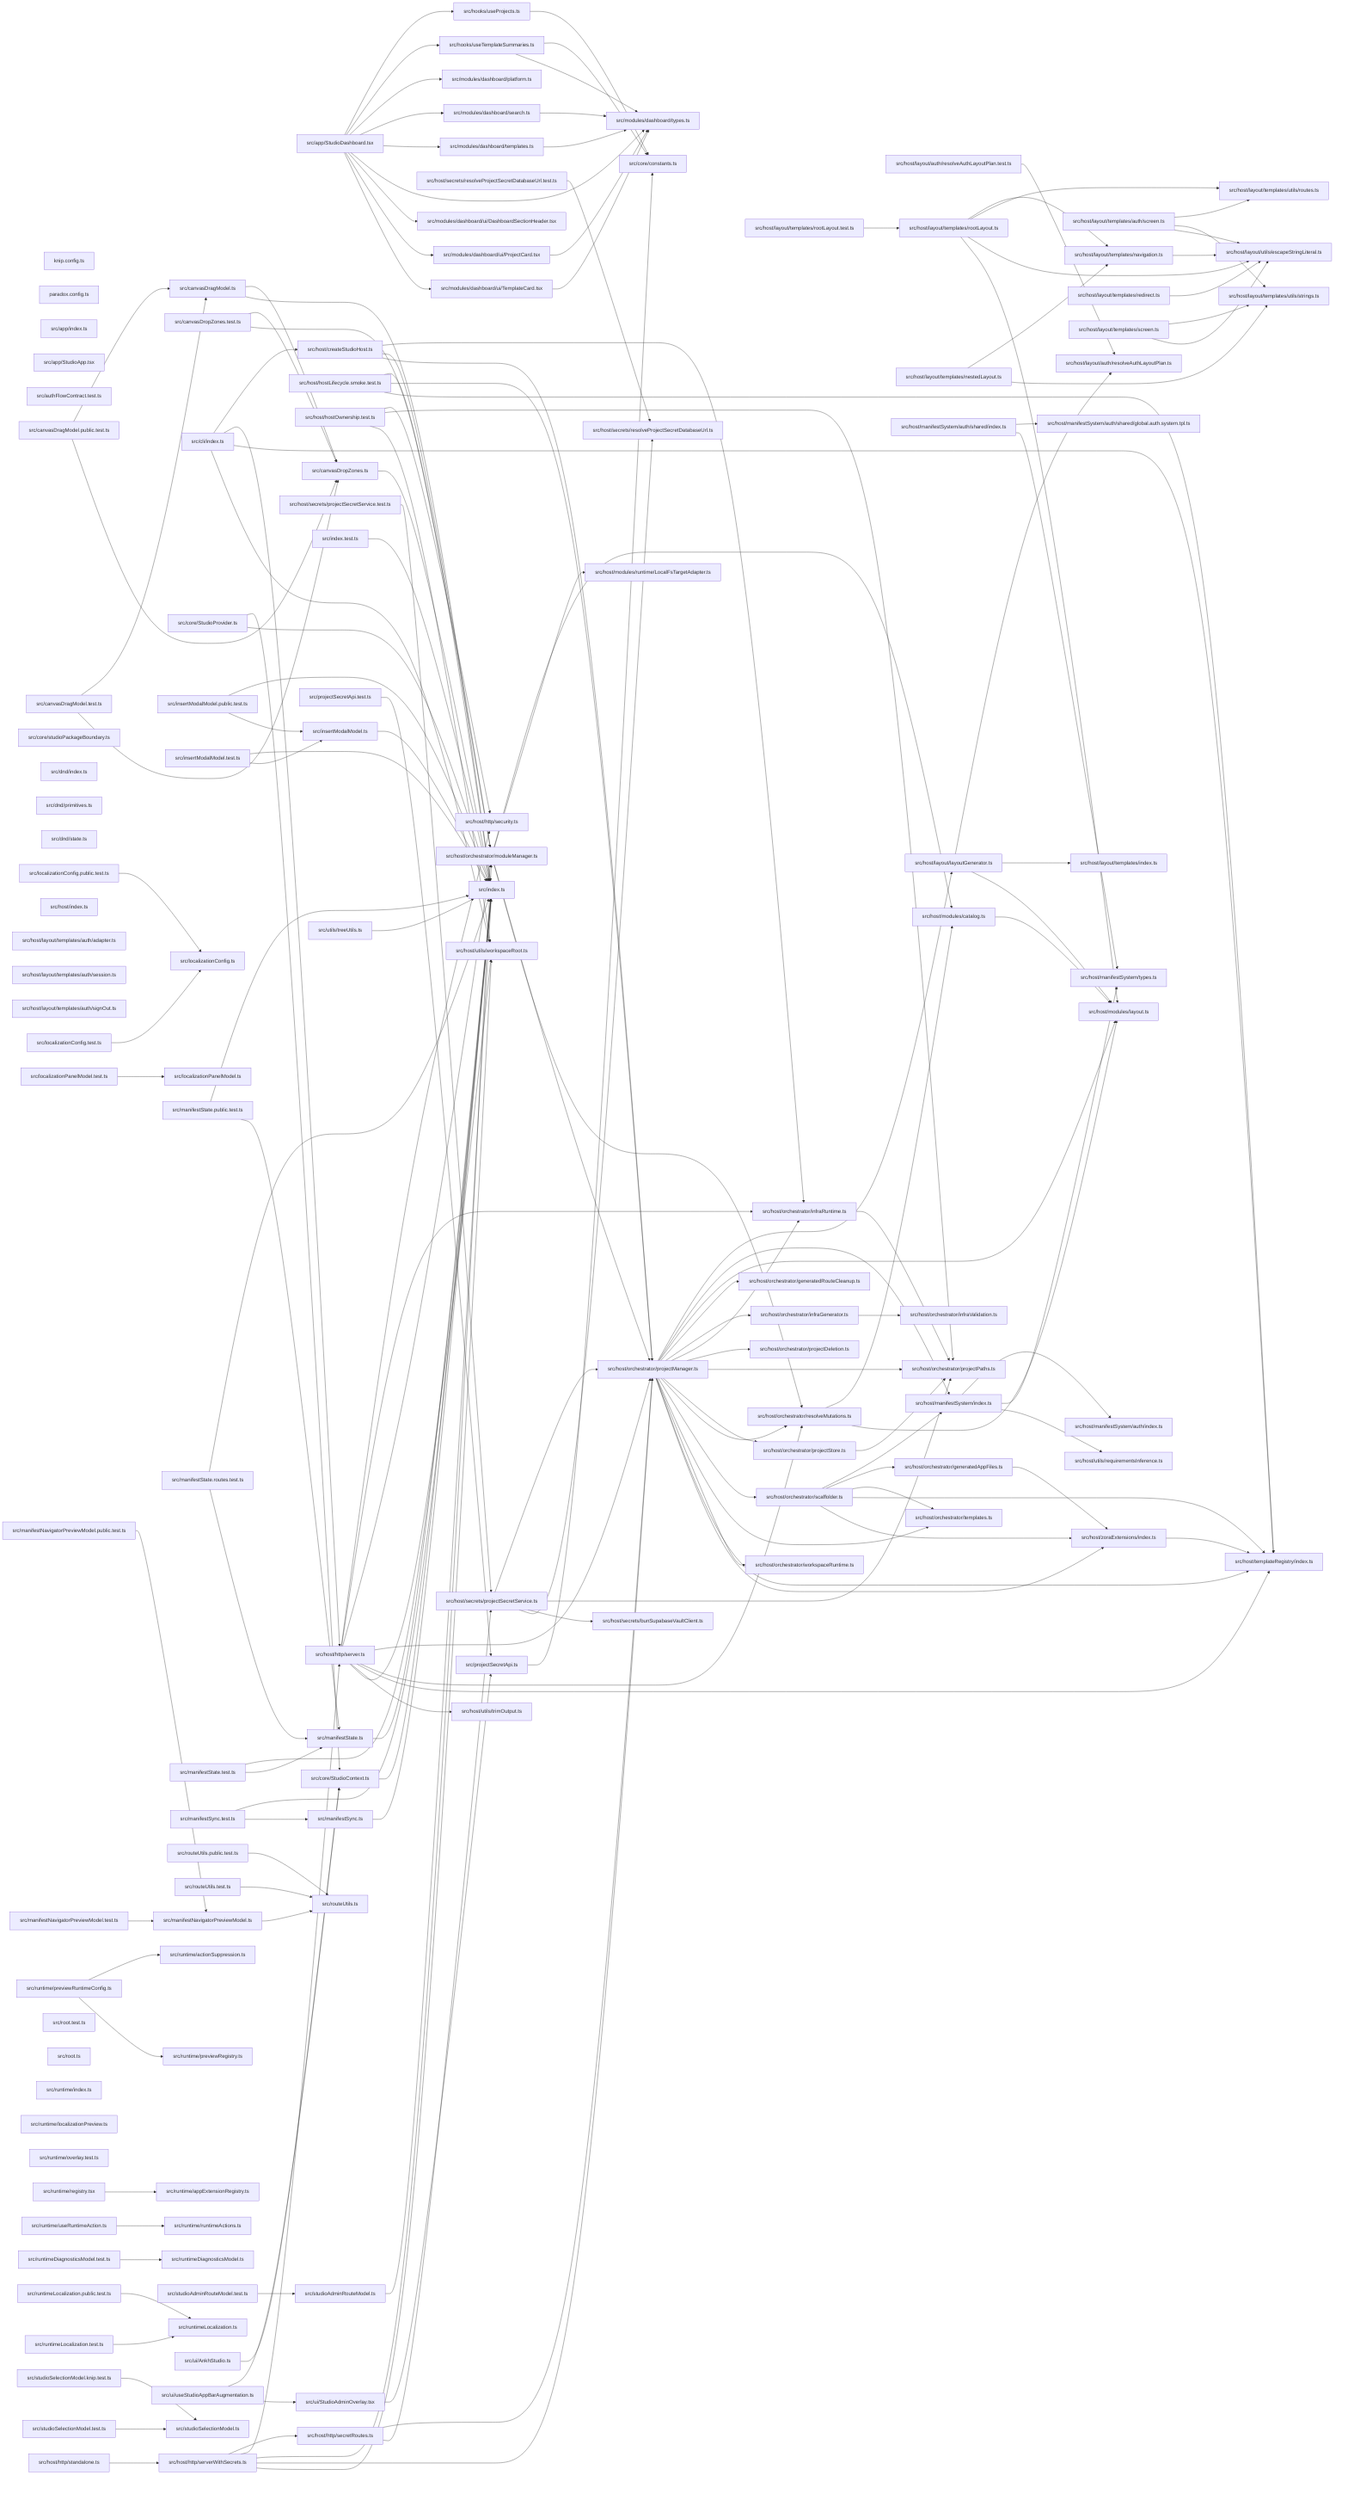
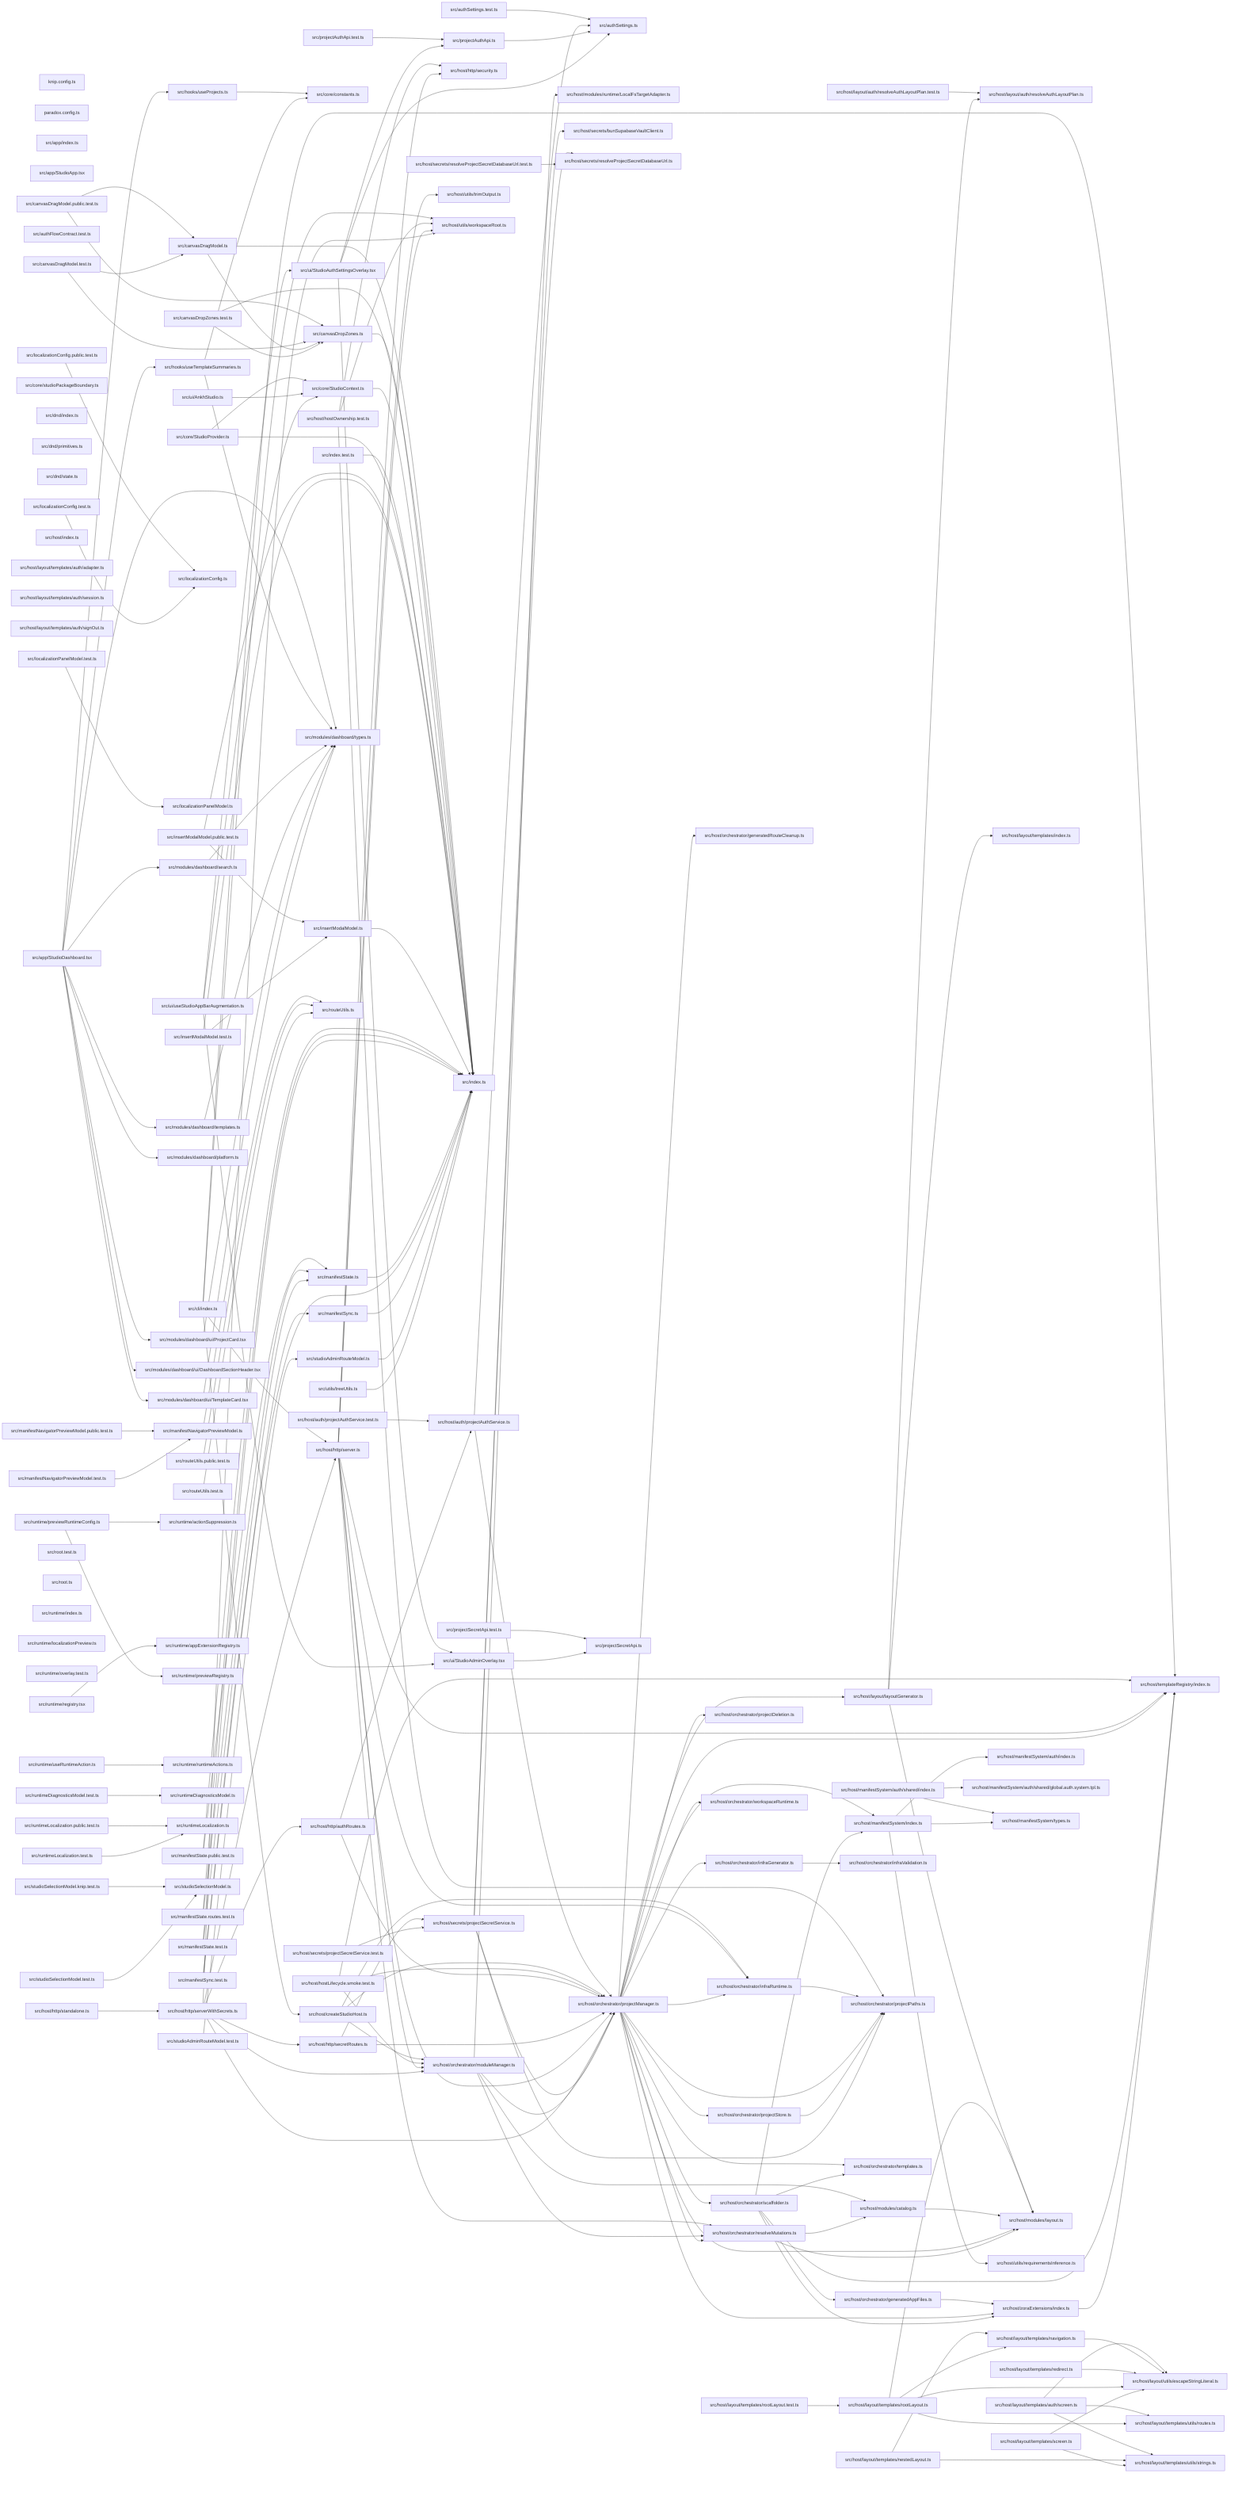
graph LR
  module_knip_config_ts["knip.config.ts"]
  module_paradox_config_ts["paradox.config.ts"]
  module_src_app_index_ts["src/app/index.ts"]
  module_src_app_StudioApp_tsx["src/app/StudioApp.tsx"]
  module_src_app_StudioDashboard_tsx["src/app/StudioDashboard.tsx"]
  module_src_authFlowContract_test_ts["src/authFlowContract.test.ts"]
+   module_src_authSettings_test_ts["src/authSettings.test.ts"]
+   module_src_authSettings_ts["src/authSettings.ts"]
  module_src_canvasDragModel_public_test_ts["src/canvasDragModel.public.test.ts"]
  module_src_canvasDragModel_test_ts["src/canvasDragModel.test.ts"]
  module_src_canvasDragModel_ts["src/canvasDragModel.ts"]
  module_src_canvasDropZones_test_ts["src/canvasDropZones.test.ts"]
  module_src_canvasDropZones_ts["src/canvasDropZones.ts"]
  module_src_cli_index_ts["src/cli/index.ts"]
  module_src_core_constants_ts["src/core/constants.ts"]
  module_src_core_StudioContext_ts["src/core/StudioContext.ts"]
  module_src_core_studioPackageBoundary_ts["src/core/studioPackageBoundary.ts"]
  module_src_core_StudioProvider_ts["src/core/StudioProvider.ts"]
  module_src_dnd_index_ts["src/dnd/index.ts"]
  module_src_dnd_primitives_ts["src/dnd/primitives.ts"]
  module_src_dnd_state_ts["src/dnd/state.ts"]
  module_src_hooks_useProjects_ts["src/hooks/useProjects.ts"]
  module_src_hooks_useTemplateSummaries_ts["src/hooks/useTemplateSummaries.ts"]
+   module_src_host_auth_projectAuthService_test_ts["src/host/auth/projectAuthService.test.ts"]
+   module_src_host_auth_projectAuthService_ts["src/host/auth/projectAuthService.ts"]
  module_src_host_createStudioHost_ts["src/host/createStudioHost.ts"]
  module_src_host_hostLifecycle_smoke_test_ts["src/host/hostLifecycle.smoke.test.ts"]
  module_src_host_hostOwnership_test_ts["src/host/hostOwnership.test.ts"]
+   module_src_host_http_authRoutes_ts["src/host/http/authRoutes.ts"]
  module_src_host_http_secretRoutes_ts["src/host/http/secretRoutes.ts"]
  module_src_host_http_security_ts["src/host/http/security.ts"]
  module_src_host_http_server_ts["src/host/http/server.ts"]
  module_src_host_http_serverWithSecrets_ts["src/host/http/serverWithSecrets.ts"]
  module_src_host_http_standalone_ts["src/host/http/standalone.ts"]
  module_src_host_index_ts["src/host/index.ts"]
  module_src_host_layout_auth_resolveAuthLayoutPlan_test_ts["src/host/layout/auth/resolveAuthLayoutPlan.test.ts"]
  module_src_host_layout_auth_resolveAuthLayoutPlan_ts["src/host/layout/auth/resolveAuthLayoutPlan.ts"]
  module_src_host_layout_layoutGenerator_ts["src/host/layout/layoutGenerator.ts"]
  module_src_host_layout_templates_auth_adapter_ts["src/host/layout/templates/auth/adapter.ts"]
  module_src_host_layout_templates_auth_screen_ts["src/host/layout/templates/auth/screen.ts"]
  module_src_host_layout_templates_auth_session_ts["src/host/layout/templates/auth/session.ts"]
  module_src_host_layout_templates_auth_signOut_ts["src/host/layout/templates/auth/signOut.ts"]
  module_src_host_layout_templates_index_ts["src/host/layout/templates/index.ts"]
  module_src_host_layout_templates_navigation_ts["src/host/layout/templates/navigation.ts"]
  module_src_host_layout_templates_nestedLayout_ts["src/host/layout/templates/nestedLayout.ts"]
  module_src_host_layout_templates_redirect_ts["src/host/layout/templates/redirect.ts"]
  module_src_host_layout_templates_rootLayout_test_ts["src/host/layout/templates/rootLayout.test.ts"]
  module_src_host_layout_templates_rootLayout_ts["src/host/layout/templates/rootLayout.ts"]
  module_src_host_layout_templates_screen_ts["src/host/layout/templates/screen.ts"]
  module_src_host_layout_templates_utils_routes_ts["src/host/layout/templates/utils/routes.ts"]
  module_src_host_layout_templates_utils_strings_ts["src/host/layout/templates/utils/strings.ts"]
  module_src_host_layout_utils_escapeStringLiteral_ts["src/host/layout/utils/escapeStringLiteral.ts"]
  module_src_host_manifestSystem_auth_index_ts["src/host/manifestSystem/auth/index.ts"]
  module_src_host_manifestSystem_auth_shared_global_auth_system_tpl_ts["src/host/manifestSystem/auth/shared/global.auth.system.tpl.ts"]
  module_src_host_manifestSystem_auth_shared_index_ts["src/host/manifestSystem/auth/shared/index.ts"]
  module_src_host_manifestSystem_index_ts["src/host/manifestSystem/index.ts"]
  module_src_host_manifestSystem_types_ts["src/host/manifestSystem/types.ts"]
  module_src_host_modules_catalog_ts["src/host/modules/catalog.ts"]
  module_src_host_modules_layout_ts["src/host/modules/layout.ts"]
  module_src_host_modules_runtime_LocalFsTargetAdapter_ts["src/host/modules/runtime/LocalFsTargetAdapter.ts"]
  module_src_host_orchestrator_generatedAppFiles_ts["src/host/orchestrator/generatedAppFiles.ts"]
  module_src_host_orchestrator_generatedRouteCleanup_ts["src/host/orchestrator/generatedRouteCleanup.ts"]
  module_src_host_orchestrator_infraGenerator_ts["src/host/orchestrator/infraGenerator.ts"]
  module_src_host_orchestrator_infraRuntime_ts["src/host/orchestrator/infraRuntime.ts"]
  module_src_host_orchestrator_infraValidation_ts["src/host/orchestrator/infraValidation.ts"]
  module_src_host_orchestrator_moduleManager_ts["src/host/orchestrator/moduleManager.ts"]
  module_src_host_orchestrator_projectDeletion_ts["src/host/orchestrator/projectDeletion.ts"]
  module_src_host_orchestrator_projectManager_ts["src/host/orchestrator/projectManager.ts"]
  module_src_host_orchestrator_projectPaths_ts["src/host/orchestrator/projectPaths.ts"]
  module_src_host_orchestrator_projectStore_ts["src/host/orchestrator/projectStore.ts"]
  module_src_host_orchestrator_resolveMutations_ts["src/host/orchestrator/resolveMutations.ts"]
  module_src_host_orchestrator_scaffolder_ts["src/host/orchestrator/scaffolder.ts"]
  module_src_host_orchestrator_templates_ts["src/host/orchestrator/templates.ts"]
  module_src_host_orchestrator_workspaceRuntime_ts["src/host/orchestrator/workspaceRuntime.ts"]
  module_src_host_secrets_bunSupabaseVaultClient_ts["src/host/secrets/bunSupabaseVaultClient.ts"]
  module_src_host_secrets_projectSecretService_test_ts["src/host/secrets/projectSecretService.test.ts"]
  module_src_host_secrets_projectSecretService_ts["src/host/secrets/projectSecretService.ts"]
  module_src_host_secrets_resolveProjectSecretDatabaseUrl_test_ts["src/host/secrets/resolveProjectSecretDatabaseUrl.test.ts"]
  module_src_host_secrets_resolveProjectSecretDatabaseUrl_ts["src/host/secrets/resolveProjectSecretDatabaseUrl.ts"]
  module_src_host_templateRegistry_index_ts["src/host/templateRegistry/index.ts"]
  module_src_host_utils_requirementsInference_ts["src/host/utils/requirementsInference.ts"]
  module_src_host_utils_trimOutput_ts["src/host/utils/trimOutput.ts"]
  module_src_host_utils_workspaceRoot_ts["src/host/utils/workspaceRoot.ts"]
  module_src_host_zoraExtensions_index_ts["src/host/zoraExtensions/index.ts"]
  module_src_index_test_ts["src/index.test.ts"]
  module_src_index_ts["src/index.ts"]
  module_src_insertModalModel_public_test_ts["src/insertModalModel.public.test.ts"]
  module_src_insertModalModel_test_ts["src/insertModalModel.test.ts"]
  module_src_insertModalModel_ts["src/insertModalModel.ts"]
  module_src_localizationConfig_public_test_ts["src/localizationConfig.public.test.ts"]
  module_src_localizationConfig_test_ts["src/localizationConfig.test.ts"]
  module_src_localizationConfig_ts["src/localizationConfig.ts"]
  module_src_localizationPanelModel_test_ts["src/localizationPanelModel.test.ts"]
  module_src_localizationPanelModel_ts["src/localizationPanelModel.ts"]
  module_src_manifestNavigatorPreviewModel_public_test_ts["src/manifestNavigatorPreviewModel.public.test.ts"]
  module_src_manifestNavigatorPreviewModel_test_ts["src/manifestNavigatorPreviewModel.test.ts"]
  module_src_manifestNavigatorPreviewModel_ts["src/manifestNavigatorPreviewModel.ts"]
  module_src_manifestState_public_test_ts["src/manifestState.public.test.ts"]
  module_src_manifestState_routes_test_ts["src/manifestState.routes.test.ts"]
  module_src_manifestState_test_ts["src/manifestState.test.ts"]
  module_src_manifestState_ts["src/manifestState.ts"]
  module_src_manifestSync_test_ts["src/manifestSync.test.ts"]
  module_src_manifestSync_ts["src/manifestSync.ts"]
  module_src_modules_dashboard_platform_ts["src/modules/dashboard/platform.ts"]
  module_src_modules_dashboard_search_ts["src/modules/dashboard/search.ts"]
  module_src_modules_dashboard_templates_ts["src/modules/dashboard/templates.ts"]
  module_src_modules_dashboard_types_ts["src/modules/dashboard/types.ts"]
  module_src_modules_dashboard_ui_DashboardSectionHeader_tsx["src/modules/dashboard/ui/DashboardSectionHeader.tsx"]
  module_src_modules_dashboard_ui_ProjectCard_tsx["src/modules/dashboard/ui/ProjectCard.tsx"]
  module_src_modules_dashboard_ui_TemplateCard_tsx["src/modules/dashboard/ui/TemplateCard.tsx"]
+   module_src_projectAuthApi_test_ts["src/projectAuthApi.test.ts"]
+   module_src_projectAuthApi_ts["src/projectAuthApi.ts"]
  module_src_projectSecretApi_test_ts["src/projectSecretApi.test.ts"]
  module_src_projectSecretApi_ts["src/projectSecretApi.ts"]
  module_src_root_test_ts["src/root.test.ts"]
  module_src_root_ts["src/root.ts"]
  module_src_routeUtils_public_test_ts["src/routeUtils.public.test.ts"]
  module_src_routeUtils_test_ts["src/routeUtils.test.ts"]
  module_src_routeUtils_ts["src/routeUtils.ts"]
  module_src_runtime_actionSuppression_ts["src/runtime/actionSuppression.ts"]
  module_src_runtime_appExtensionRegistry_ts["src/runtime/appExtensionRegistry.ts"]
  module_src_runtime_index_ts["src/runtime/index.ts"]
  module_src_runtime_localizationPreview_ts["src/runtime/localizationPreview.ts"]
  module_src_runtime_overlay_test_ts["src/runtime/overlay.test.ts"]
  module_src_runtime_previewRegistry_ts["src/runtime/previewRegistry.ts"]
  module_src_runtime_previewRuntimeConfig_ts["src/runtime/previewRuntimeConfig.ts"]
  module_src_runtime_registry_tsx["src/runtime/registry.tsx"]
  module_src_runtime_runtimeActions_ts["src/runtime/runtimeActions.ts"]
  module_src_runtime_useRuntimeAction_ts["src/runtime/useRuntimeAction.ts"]
  module_src_runtimeDiagnosticsModel_test_ts["src/runtimeDiagnosticsModel.test.ts"]
  module_src_runtimeDiagnosticsModel_ts["src/runtimeDiagnosticsModel.ts"]
  module_src_runtimeLocalization_public_test_ts["src/runtimeLocalization.public.test.ts"]
  module_src_runtimeLocalization_test_ts["src/runtimeLocalization.test.ts"]
  module_src_runtimeLocalization_ts["src/runtimeLocalization.ts"]
  module_src_studioAdminRouteModel_test_ts["src/studioAdminRouteModel.test.ts"]
  module_src_studioAdminRouteModel_ts["src/studioAdminRouteModel.ts"]
  module_src_studioSelectionModel_knip_test_ts["src/studioSelectionModel.knip.test.ts"]
  module_src_studioSelectionModel_test_ts["src/studioSelectionModel.test.ts"]
  module_src_studioSelectionModel_ts["src/studioSelectionModel.ts"]
  module_src_ui_AnkhStudio_ts["src/ui/AnkhStudio.ts"]
  module_src_ui_StudioAdminOverlay_tsx["src/ui/StudioAdminOverlay.tsx"]
+   module_src_ui_StudioAuthSettingsOverlay_tsx["src/ui/StudioAuthSettingsOverlay.tsx"]
  module_src_ui_useStudioAppBarAugmentation_ts["src/ui/useStudioAppBarAugmentation.ts"]
  module_src_utils_treeUtils_ts["src/utils/treeUtils.ts"]
  module_src_app_StudioDashboard_tsx --> module_src_hooks_useProjects_ts
  module_src_app_StudioDashboard_tsx --> module_src_hooks_useTemplateSummaries_ts
  module_src_app_StudioDashboard_tsx --> module_src_modules_dashboard_platform_ts
  module_src_app_StudioDashboard_tsx --> module_src_modules_dashboard_search_ts
  module_src_app_StudioDashboard_tsx --> module_src_modules_dashboard_templates_ts
  module_src_app_StudioDashboard_tsx --> module_src_modules_dashboard_types_ts
  module_src_app_StudioDashboard_tsx --> module_src_modules_dashboard_ui_DashboardSectionHeader_tsx
  module_src_app_StudioDashboard_tsx --> module_src_modules_dashboard_ui_ProjectCard_tsx
  module_src_app_StudioDashboard_tsx --> module_src_modules_dashboard_ui_TemplateCard_tsx
+   module_src_authSettings_test_ts --> module_src_authSettings_ts
  module_src_canvasDragModel_public_test_ts --> module_src_canvasDragModel_ts
  module_src_canvasDragModel_public_test_ts --> module_src_canvasDropZones_ts
  module_src_canvasDragModel_test_ts --> module_src_canvasDragModel_ts
  module_src_canvasDragModel_test_ts --> module_src_canvasDropZones_ts
  module_src_canvasDragModel_ts --> module_src_canvasDropZones_ts
  module_src_canvasDragModel_ts --> module_src_index_ts
  module_src_canvasDropZones_test_ts --> module_src_canvasDropZones_ts
  module_src_canvasDropZones_test_ts --> module_src_index_ts
  module_src_canvasDropZones_ts --> module_src_index_ts
  module_src_cli_index_ts --> module_src_host_createStudioHost_ts
  module_src_cli_index_ts --> module_src_host_http_server_ts
  module_src_cli_index_ts --> module_src_host_templateRegistry_index_ts
  module_src_cli_index_ts --> module_src_host_utils_workspaceRoot_ts
  module_src_core_StudioContext_ts --> module_src_index_ts
  module_src_core_StudioProvider_ts --> module_src_core_StudioContext_ts
  module_src_core_StudioProvider_ts --> module_src_index_ts
  module_src_hooks_useProjects_ts --> module_src_core_constants_ts
  module_src_hooks_useTemplateSummaries_ts --> module_src_core_constants_ts
  module_src_hooks_useTemplateSummaries_ts --> module_src_modules_dashboard_types_ts
+   module_src_host_auth_projectAuthService_test_ts --> module_src_host_auth_projectAuthService_ts
+   module_src_host_auth_projectAuthService_ts --> module_src_authSettings_ts
+   module_src_host_auth_projectAuthService_ts --> module_src_host_orchestrator_projectManager_ts
  module_src_host_createStudioHost_ts --> module_src_host_orchestrator_infraRuntime_ts
  module_src_host_createStudioHost_ts --> module_src_host_orchestrator_moduleManager_ts
  module_src_host_createStudioHost_ts --> module_src_host_orchestrator_projectManager_ts
  module_src_host_hostLifecycle_smoke_test_ts --> module_src_host_orchestrator_moduleManager_ts
  module_src_host_hostLifecycle_smoke_test_ts --> module_src_host_orchestrator_projectManager_ts
  module_src_host_hostLifecycle_smoke_test_ts --> module_src_host_templateRegistry_index_ts
  module_src_host_hostOwnership_test_ts --> module_src_host_http_security_ts
  module_src_host_hostOwnership_test_ts --> module_src_host_orchestrator_projectPaths_ts
  module_src_host_hostOwnership_test_ts --> module_src_host_utils_workspaceRoot_ts
+   module_src_host_http_authRoutes_ts --> module_src_host_auth_projectAuthService_ts
+   module_src_host_http_authRoutes_ts --> module_src_host_orchestrator_projectManager_ts
  module_src_host_http_secretRoutes_ts --> module_src_host_orchestrator_projectManager_ts
  module_src_host_http_secretRoutes_ts --> module_src_host_secrets_projectSecretService_ts
  module_src_host_http_server_ts --> module_src_host_http_security_ts
  module_src_host_http_server_ts --> module_src_host_orchestrator_infraRuntime_ts
  module_src_host_http_server_ts --> module_src_host_orchestrator_moduleManager_ts
  module_src_host_http_server_ts --> module_src_host_orchestrator_projectManager_ts
  module_src_host_http_server_ts --> module_src_host_orchestrator_resolveMutations_ts
  module_src_host_http_server_ts --> module_src_host_templateRegistry_index_ts
  module_src_host_http_server_ts --> module_src_host_utils_trimOutput_ts
  module_src_host_http_server_ts --> module_src_host_utils_workspaceRoot_ts
+   module_src_host_http_serverWithSecrets_ts --> module_src_host_http_authRoutes_ts
  module_src_host_http_serverWithSecrets_ts --> module_src_host_http_secretRoutes_ts
  module_src_host_http_serverWithSecrets_ts --> module_src_host_http_server_ts
  module_src_host_http_serverWithSecrets_ts --> module_src_host_orchestrator_moduleManager_ts
  module_src_host_http_serverWithSecrets_ts --> module_src_host_orchestrator_projectManager_ts
  module_src_host_http_serverWithSecrets_ts --> module_src_host_utils_workspaceRoot_ts
  module_src_host_http_standalone_ts --> module_src_host_http_serverWithSecrets_ts
  module_src_host_layout_auth_resolveAuthLayoutPlan_test_ts --> module_src_host_layout_auth_resolveAuthLayoutPlan_ts
  module_src_host_layout_layoutGenerator_ts --> module_src_host_layout_auth_resolveAuthLayoutPlan_ts
  module_src_host_layout_layoutGenerator_ts --> module_src_host_layout_templates_index_ts
  module_src_host_layout_layoutGenerator_ts --> module_src_host_modules_layout_ts
  module_src_host_layout_templates_auth_screen_ts --> module_src_host_layout_templates_utils_routes_ts
  module_src_host_layout_templates_auth_screen_ts --> module_src_host_layout_templates_utils_strings_ts
  module_src_host_layout_templates_auth_screen_ts --> module_src_host_layout_utils_escapeStringLiteral_ts
  module_src_host_layout_templates_navigation_ts --> module_src_host_layout_utils_escapeStringLiteral_ts
  module_src_host_layout_templates_nestedLayout_ts --> module_src_host_layout_templates_navigation_ts
  module_src_host_layout_templates_nestedLayout_ts --> module_src_host_layout_templates_utils_strings_ts
  module_src_host_layout_templates_redirect_ts --> module_src_host_layout_utils_escapeStringLiteral_ts
  module_src_host_layout_templates_rootLayout_test_ts --> module_src_host_layout_templates_rootLayout_ts
  module_src_host_layout_templates_rootLayout_ts --> module_src_host_layout_templates_navigation_ts
  module_src_host_layout_templates_rootLayout_ts --> module_src_host_layout_templates_utils_routes_ts
  module_src_host_layout_templates_rootLayout_ts --> module_src_host_layout_utils_escapeStringLiteral_ts
  module_src_host_layout_templates_rootLayout_ts --> module_src_host_modules_layout_ts
  module_src_host_layout_templates_screen_ts --> module_src_host_layout_templates_utils_strings_ts
  module_src_host_layout_templates_screen_ts --> module_src_host_layout_utils_escapeStringLiteral_ts
  module_src_host_manifestSystem_auth_shared_index_ts --> module_src_host_manifestSystem_auth_shared_global_auth_system_tpl_ts
  module_src_host_manifestSystem_auth_shared_index_ts --> module_src_host_manifestSystem_types_ts
  module_src_host_manifestSystem_index_ts --> module_src_host_manifestSystem_auth_index_ts
  module_src_host_manifestSystem_index_ts --> module_src_host_manifestSystem_types_ts
  module_src_host_manifestSystem_index_ts --> module_src_host_utils_requirementsInference_ts
  module_src_host_modules_catalog_ts --> module_src_host_modules_layout_ts
  module_src_host_orchestrator_generatedAppFiles_ts --> module_src_host_zoraExtensions_index_ts
  module_src_host_orchestrator_infraGenerator_ts --> module_src_host_orchestrator_infraValidation_ts
  module_src_host_orchestrator_infraRuntime_ts --> module_src_host_orchestrator_projectPaths_ts
  module_src_host_orchestrator_moduleManager_ts --> module_src_host_modules_catalog_ts
  module_src_host_orchestrator_moduleManager_ts --> module_src_host_modules_runtime_LocalFsTargetAdapter_ts
  module_src_host_orchestrator_moduleManager_ts --> module_src_host_orchestrator_projectManager_ts
  module_src_host_orchestrator_moduleManager_ts --> module_src_host_orchestrator_resolveMutations_ts
  module_src_host_orchestrator_projectManager_ts --> module_src_host_layout_layoutGenerator_ts
  module_src_host_orchestrator_projectManager_ts --> module_src_host_manifestSystem_index_ts
  module_src_host_orchestrator_projectManager_ts --> module_src_host_modules_layout_ts
  module_src_host_orchestrator_projectManager_ts --> module_src_host_orchestrator_generatedRouteCleanup_ts
  module_src_host_orchestrator_projectManager_ts --> module_src_host_orchestrator_infraGenerator_ts
  module_src_host_orchestrator_projectManager_ts --> module_src_host_orchestrator_infraRuntime_ts
  module_src_host_orchestrator_projectManager_ts --> module_src_host_orchestrator_projectDeletion_ts
  module_src_host_orchestrator_projectManager_ts --> module_src_host_orchestrator_projectPaths_ts
  module_src_host_orchestrator_projectManager_ts --> module_src_host_orchestrator_projectStore_ts
  module_src_host_orchestrator_projectManager_ts --> module_src_host_orchestrator_resolveMutations_ts
  module_src_host_orchestrator_projectManager_ts --> module_src_host_orchestrator_scaffolder_ts
  module_src_host_orchestrator_projectManager_ts --> module_src_host_orchestrator_templates_ts
  module_src_host_orchestrator_projectManager_ts --> module_src_host_orchestrator_workspaceRuntime_ts
  module_src_host_orchestrator_projectManager_ts --> module_src_host_templateRegistry_index_ts
  module_src_host_orchestrator_projectManager_ts --> module_src_host_zoraExtensions_index_ts
  module_src_host_orchestrator_projectStore_ts --> module_src_host_orchestrator_projectPaths_ts
  module_src_host_orchestrator_resolveMutations_ts --> module_src_host_modules_catalog_ts
  module_src_host_orchestrator_resolveMutations_ts --> module_src_host_modules_layout_ts
  module_src_host_orchestrator_scaffolder_ts --> module_src_host_manifestSystem_index_ts
  module_src_host_orchestrator_scaffolder_ts --> module_src_host_orchestrator_generatedAppFiles_ts
  module_src_host_orchestrator_scaffolder_ts --> module_src_host_orchestrator_templates_ts
  module_src_host_orchestrator_scaffolder_ts --> module_src_host_templateRegistry_index_ts
  module_src_host_orchestrator_scaffolder_ts --> module_src_host_zoraExtensions_index_ts
  module_src_host_secrets_projectSecretService_test_ts --> module_src_host_secrets_projectSecretService_ts
  module_src_host_secrets_projectSecretService_ts --> module_src_host_orchestrator_projectManager_ts
  module_src_host_secrets_projectSecretService_ts --> module_src_host_orchestrator_projectPaths_ts
  module_src_host_secrets_projectSecretService_ts --> module_src_host_secrets_bunSupabaseVaultClient_ts
  module_src_host_secrets_projectSecretService_ts --> module_src_host_secrets_resolveProjectSecretDatabaseUrl_ts
  module_src_host_secrets_resolveProjectSecretDatabaseUrl_test_ts --> module_src_host_secrets_resolveProjectSecretDatabaseUrl_ts
  module_src_host_zoraExtensions_index_ts --> module_src_host_templateRegistry_index_ts
  module_src_index_test_ts --> module_src_index_ts
  module_src_insertModalModel_public_test_ts --> module_src_index_ts
  module_src_insertModalModel_public_test_ts --> module_src_insertModalModel_ts
  module_src_insertModalModel_test_ts --> module_src_index_ts
  module_src_insertModalModel_test_ts --> module_src_insertModalModel_ts
  module_src_insertModalModel_ts --> module_src_index_ts
  module_src_localizationConfig_public_test_ts --> module_src_localizationConfig_ts
  module_src_localizationConfig_test_ts --> module_src_localizationConfig_ts
  module_src_localizationPanelModel_test_ts --> module_src_localizationPanelModel_ts
  module_src_manifestNavigatorPreviewModel_public_test_ts --> module_src_manifestNavigatorPreviewModel_ts
  module_src_manifestNavigatorPreviewModel_test_ts --> module_src_manifestNavigatorPreviewModel_ts
  module_src_manifestNavigatorPreviewModel_ts --> module_src_routeUtils_ts
  module_src_manifestState_public_test_ts --> module_src_index_ts
  module_src_manifestState_public_test_ts --> module_src_manifestState_ts
  module_src_manifestState_routes_test_ts --> module_src_index_ts
  module_src_manifestState_routes_test_ts --> module_src_manifestState_ts
  module_src_manifestState_test_ts --> module_src_index_ts
  module_src_manifestState_test_ts --> module_src_manifestState_ts
  module_src_manifestState_ts --> module_src_index_ts
  module_src_manifestSync_test_ts --> module_src_index_ts
  module_src_manifestSync_test_ts --> module_src_manifestSync_ts
  module_src_manifestSync_ts --> module_src_index_ts
  module_src_modules_dashboard_search_ts --> module_src_modules_dashboard_types_ts
  module_src_modules_dashboard_templates_ts --> module_src_modules_dashboard_types_ts
  module_src_modules_dashboard_ui_ProjectCard_tsx --> module_src_modules_dashboard_types_ts
  module_src_modules_dashboard_ui_TemplateCard_tsx --> module_src_modules_dashboard_types_ts
+   module_src_projectAuthApi_test_ts --> module_src_projectAuthApi_ts
+   module_src_projectAuthApi_ts --> module_src_authSettings_ts
  module_src_projectSecretApi_test_ts --> module_src_projectSecretApi_ts
-   module_src_projectSecretApi_ts --> module_src_core_constants_ts
  module_src_routeUtils_public_test_ts --> module_src_routeUtils_ts
  module_src_routeUtils_test_ts --> module_src_routeUtils_ts
  module_src_runtime_previewRuntimeConfig_ts --> module_src_runtime_actionSuppression_ts
  module_src_runtime_previewRuntimeConfig_ts --> module_src_runtime_previewRegistry_ts
  module_src_runtime_registry_tsx --> module_src_runtime_appExtensionRegistry_ts
  module_src_runtime_useRuntimeAction_ts --> module_src_runtime_runtimeActions_ts
  module_src_runtimeDiagnosticsModel_test_ts --> module_src_runtimeDiagnosticsModel_ts
  module_src_runtimeLocalization_public_test_ts --> module_src_runtimeLocalization_ts
  module_src_runtimeLocalization_test_ts --> module_src_runtimeLocalization_ts
  module_src_studioAdminRouteModel_test_ts --> module_src_studioAdminRouteModel_ts
  module_src_studioAdminRouteModel_ts --> module_src_index_ts
  module_src_studioSelectionModel_knip_test_ts --> module_src_studioSelectionModel_ts
  module_src_studioSelectionModel_test_ts --> module_src_studioSelectionModel_ts
  module_src_ui_AnkhStudio_ts --> module_src_core_StudioContext_ts
  module_src_ui_StudioAdminOverlay_tsx --> module_src_projectSecretApi_ts
+   module_src_ui_StudioAuthSettingsOverlay_tsx --> module_src_authSettings_ts
+   module_src_ui_StudioAuthSettingsOverlay_tsx --> module_src_projectAuthApi_ts
+   module_src_ui_StudioAuthSettingsOverlay_tsx --> module_src_ui_StudioAdminOverlay_tsx
  module_src_ui_useStudioAppBarAugmentation_ts --> module_src_core_StudioContext_ts
  module_src_ui_useStudioAppBarAugmentation_ts --> module_src_ui_StudioAdminOverlay_tsx
+   module_src_ui_useStudioAppBarAugmentation_ts --> module_src_ui_StudioAuthSettingsOverlay_tsx
  module_src_utils_treeUtils_ts --> module_src_index_ts
